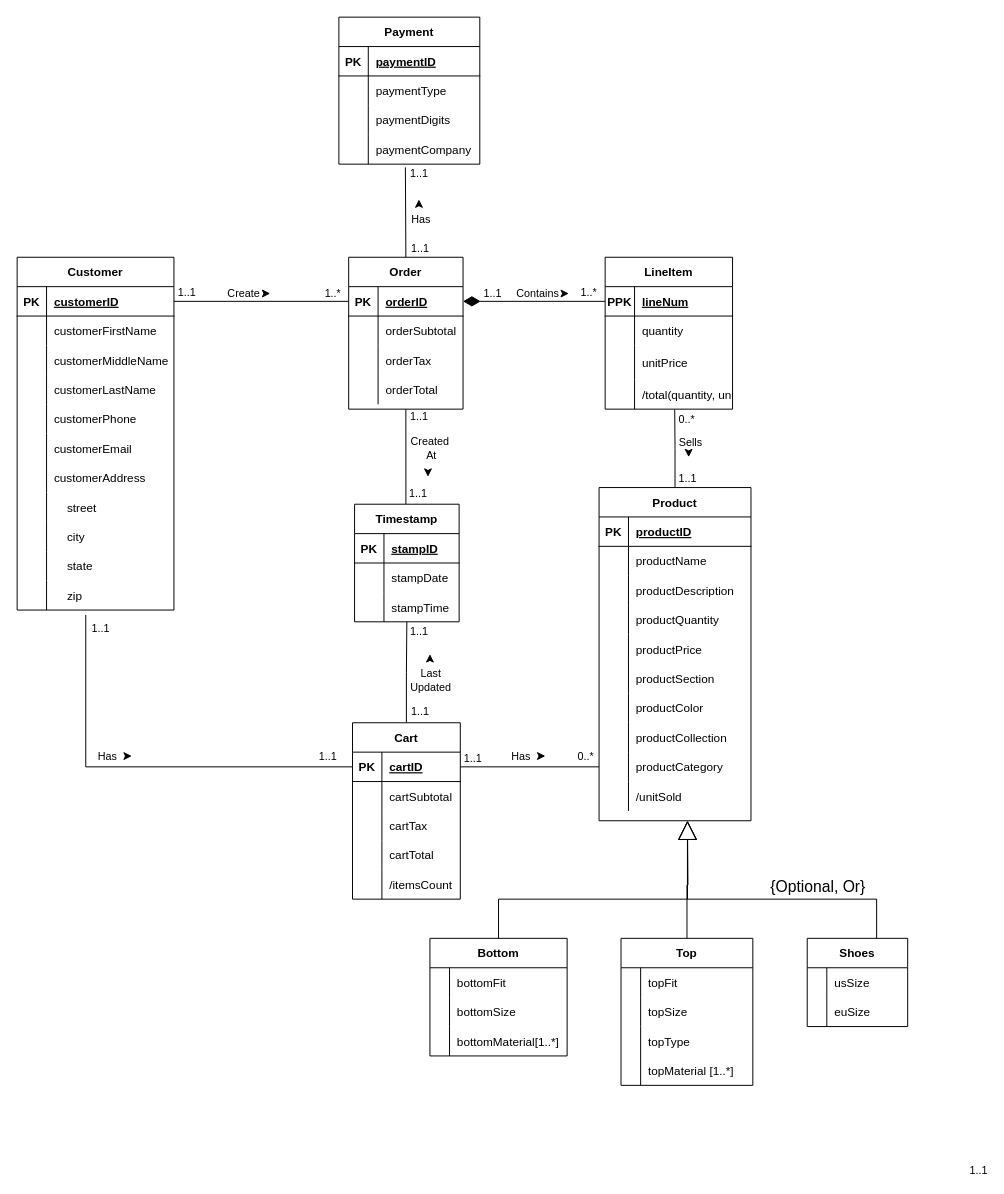
Earlier version of the draw.io diagram ERD/test.drawio (avivfaraj/INFO605-Project). Source tidied: cells renumbered, new cells numbered last; positions are measured from the earlier drawing's top-left corner, leaving out a move shared by most shapes. Both pictures are drawn from the tidied source at 98%, with x=0, y=0 at pixel (17, 17).
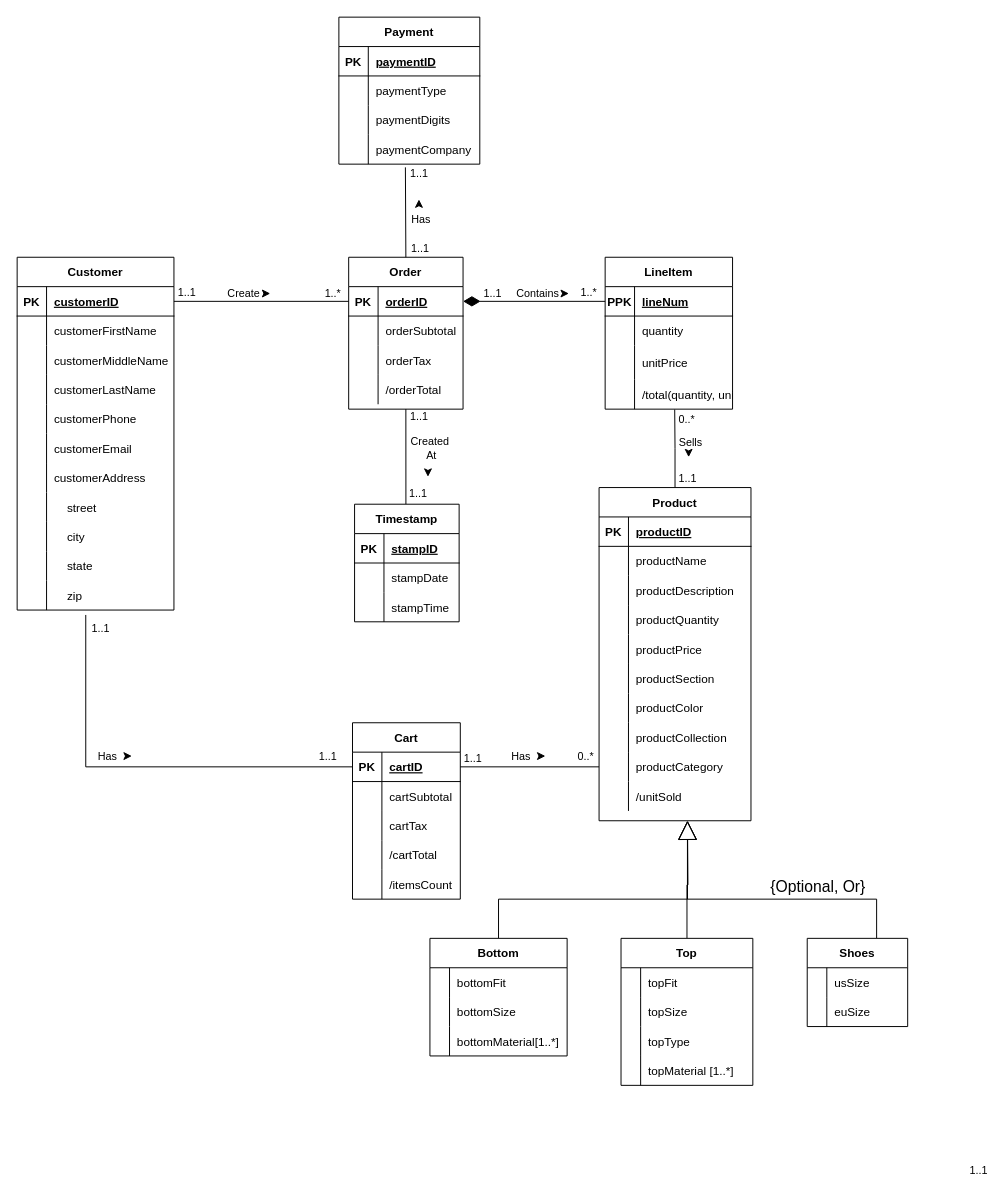
The same diagram, later.

Commit message:
Removed cart-timestamp relationship

Unchanged cells that the change refers to:
```xml
<mxCell id="113" style="shape=tableRow;horizontal=0;startSize=0;swimlaneHead=0;swimlaneBody=0;fillColor=none;top=0;left=0;right=0;bottom=0;" parent="103" vertex="1">
  <mxGeometry y="120" width="116.7" height="30" as="geometry" />
</mxCell>
<mxCell id="135" value="Cart" style="shape=table;startSize=30;childLayout=tableLayout;rowLines=0;fontStyle=1;align=center;" parent="1" vertex="1">
  <mxGeometry x="342.2" y="720" width="110" height="180" as="geometry" />
</mxCell>
<mxCell id="145" style="shape=tableRow;horizontal=0;startSize=0;swimlaneHead=0;swimlaneBody=0;fillColor=none;top=0;left=0;right=0;bottom=0;" parent="135" vertex="1">
  <mxGeometry y="120" width="110" height="30" as="geometry" />
</mxCell>
<mxCell id="186" value="Timestamp" style="shape=table;startSize=30;childLayout=tableLayout;rowLines=0;fontStyle=1;align=center;" parent="1" vertex="1">
  <mxGeometry x="344.3" y="497" width="106.7" height="120" as="geometry" />
</mxCell>
```

Diff of the diagram source:
```diff
@@
-    <mxCell id="115" value="orderTotal" style="shape=partialRectangle;fillColor=none;top=0;left=0;bottom=0;right=0;align=left;spacingLeft=6;overflow=hidden;" parent="113" vertex="1">
+    <mxCell id="115" value="/orderTotal" style="shape=partialRectangle;fillColor=none;top=0;left=0;bottom=0;right=0;align=left;spacingLeft=6;overflow=hidden;" parent="113" vertex="1">
       <mxGeometry x="30" width="86.7" height="30" as="geometry" />
     </mxCell>
@@
-    <mxCell id="132" style="edgeStyle=orthogonalEdgeStyle;rounded=0;jettySize=auto;html=1;exitX=0.5;exitY=0;exitDx=0;exitDy=0;entryX=0.5;entryY=1;entryDx=0;entryDy=0;endArrow=none;endFill=0;" parent="1" edge="1" source="135" target="186">
-      <mxGeometry relative="1" as="geometry" />
-    </mxCell>
-    <mxCell id="133" value="1..1" style="edgeLabel;html=1;align=center;verticalAlign=middle;" parent="132" vertex="1">
-      <mxGeometry x="-0.81" relative="1" as="geometry">
-        <mxPoint x="13" y="-2" as="offset" />
-      </mxGeometry>
-    </mxCell>
-    <mxCell id="134" value="1..1" style="edgeLabel;html=1;align=center;verticalAlign=middle;" parent="132" vertex="1">
-      <mxGeometry x="0.87" y="2" relative="1" as="geometry">
-        <mxPoint x="14" y="3" as="offset" />
-      </mxGeometry>
-    </mxCell>
@@
-    <mxCell id="147" value="cartTotal" style="shape=partialRectangle;fillColor=none;top=0;left=0;bottom=0;right=0;align=left;spacingLeft=6;overflow=hidden;" parent="145" vertex="1">
+    <mxCell id="147" value="/cartTotal" style="shape=partialRectangle;fillColor=none;top=0;left=0;bottom=0;right=0;align=left;spacingLeft=6;overflow=hidden;" parent="145" vertex="1">
       <mxGeometry x="30" width="80" height="30" as="geometry" />
     </mxCell>
@@
-    <mxCell id="205" style="endArrow=classic;html=1;rounded=0;" parent="1" edge="1">
-      <mxGeometry relative="1" as="geometry">
-        <mxPoint x="421.2" y="656" as="sourcePoint" />
-        <mxPoint x="421.2" y="650" as="targetPoint" />
-      </mxGeometry>
-    </mxCell>
-    <mxCell id="206" value="Last &lt;br&gt;Updated" style="edgeLabel;html=1;align=center;verticalAlign=middle;" parent="205" vertex="1">
-      <mxGeometry x="-0.56" y="1" relative="1" as="geometry">
-        <mxPoint x="1" y="21" as="offset" />
-      </mxGeometry>
-    </mxCell>
```
